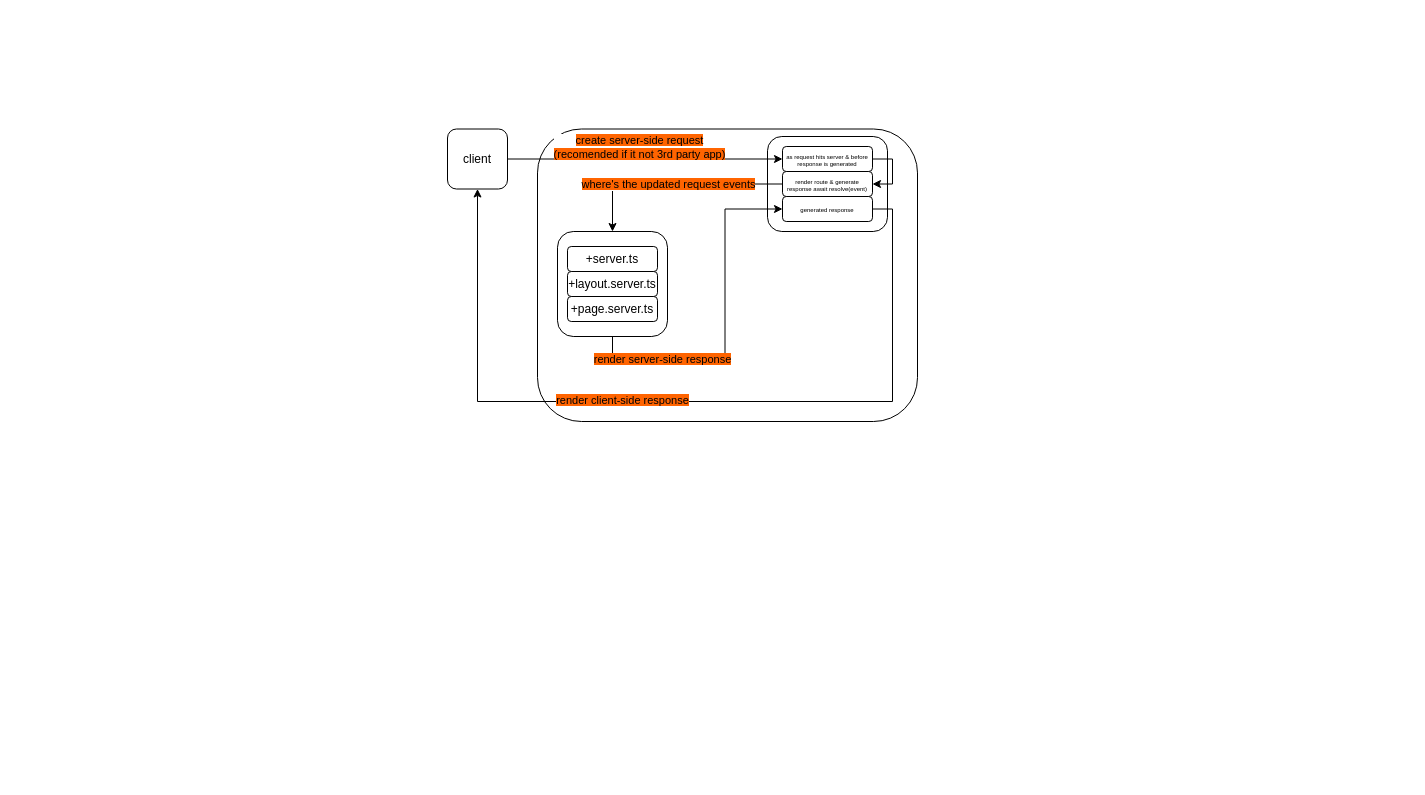
Above: 1. how hooks(middleware) work's.drawio in sandikodev/sveltekit-mindmap (draw.io), before the change. Source tidied: cells renumbered, new cells numbered last; positions are measured from the earlier drawing's top-left corner, leaving out a move shared by most shapes. Both pictures are drawn from the tidied source at 100%, with x=0, y=0 at pixel (447, 129).
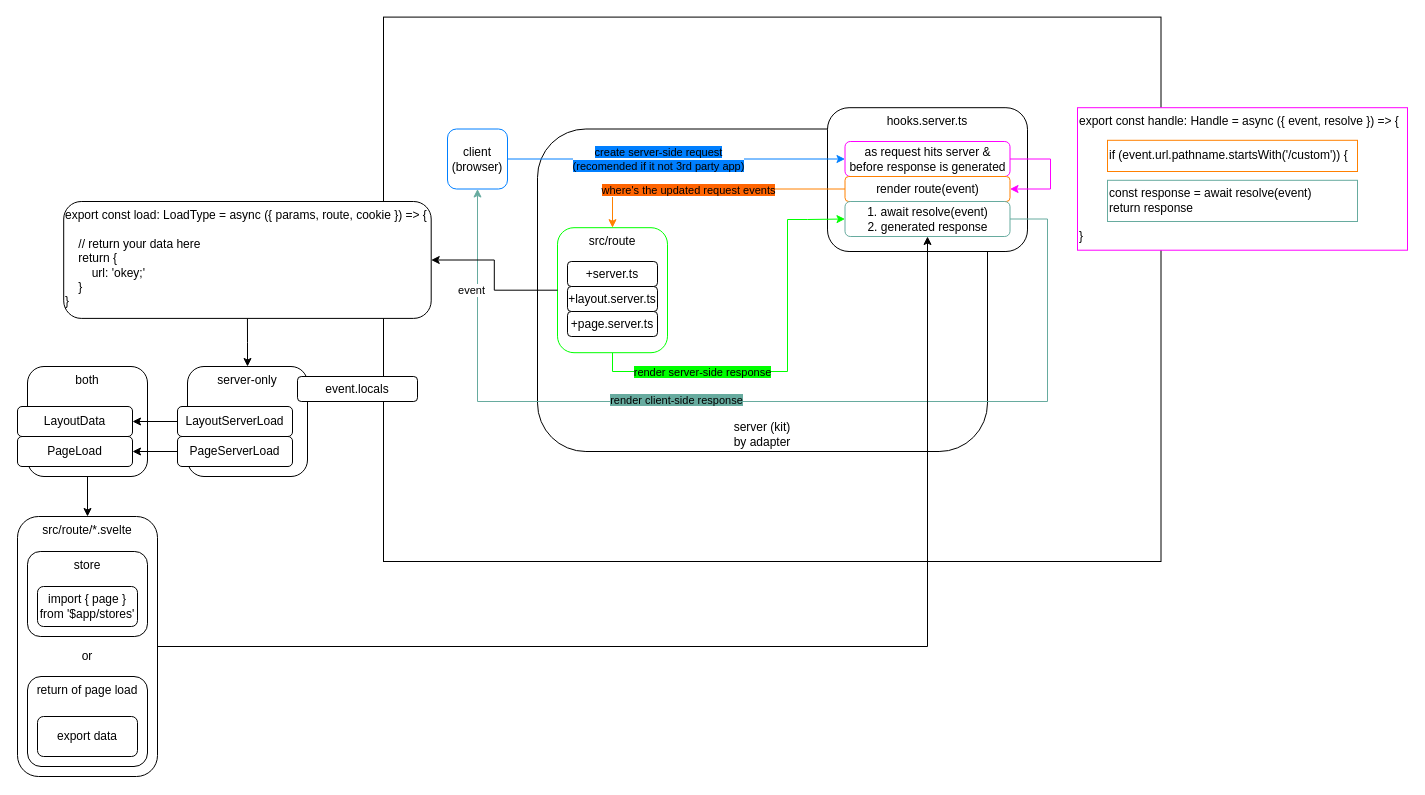
Above is the later version.

Diff of the diagram source:
```diff
@@
+    <mxCell id="21" style="rounded=0;whiteSpace=wrap;html=1;strokeColor=#000000;" parent="1" vertex="1">
+      <mxGeometry x="-64" y="-112.4" width="777.5" height="544.4" as="geometry" />
+    </mxCell>
+    <mxCell id="22" style="edgeStyle=orthogonalEdgeStyle;rounded=0;jettySize=auto;html=1;" parent="1" edge="1" source="23" target="39">
+      <mxGeometry relative="1" as="geometry" />
+    </mxCell>
+    <mxCell id="23" value="both" style="rounded=1;whiteSpace=wrap;html=1;verticalAlign=top;" parent="1" vertex="1">
+      <mxGeometry x="-420" y="237" width="120" height="110" as="geometry" />
+    </mxCell>
+    <mxCell id="24" value="server-only" style="rounded=1;whiteSpace=wrap;html=1;verticalAlign=top;" parent="1" vertex="1">
+      <mxGeometry x="-260" y="237" width="120" height="110" as="geometry" />
+    </mxCell>
-    <mxCell id="2" style="rounded=1;whiteSpace=wrap;html=1;" parent="1" vertex="1">
-      <mxGeometry x="90" y="-0.5" width="380" height="292.5" as="geometry" />
+    <mxCell id="2" value="server (kit)&lt;br style=&quot;border-color: var(--border-color);&quot;&gt;by adapter" style="rounded=1;whiteSpace=wrap;html=1;verticalAlign=bottom;" parent="1" vertex="1">
+      <mxGeometry x="90" y="-0.5" width="450" height="322.5" as="geometry" />
     </mxCell>
-    <mxCell id="3" style="rounded=1;whiteSpace=wrap;html=1;" parent="1" vertex="1">
-      <mxGeometry x="320" y="7" width="120" height="95" as="geometry" />
+    <mxCell id="3" value="hooks.server.ts" style="rounded=1;whiteSpace=wrap;html=1;align=center;verticalAlign=top;" parent="1" vertex="1">
+      <mxGeometry x="380" y="-21.8" width="200" height="143.8" as="geometry" />
     </mxCell>
-    <mxCell id="4" style="edgeStyle=orthogonalEdgeStyle;rounded=0;jettySize=auto;html=1;exitX=1;exitY=0.5;exitDx=0;exitDy=0;" parent="1" edge="1" source="6" target="14">
+    <mxCell id="4" style="edgeStyle=orthogonalEdgeStyle;rounded=0;jettySize=auto;html=1;exitX=1;exitY=0.5;exitDx=0;exitDy=0;strokeColor=#007FFF;" parent="1" edge="1" source="6" target="14">
       <mxGeometry relative="1" as="geometry" />
     </mxCell>
-    <mxCell id="5" value="&lt;span style=&quot;background-color: rgb(255, 100, 0);&quot;&gt;create server-side request&lt;br&gt;(recomended if it not 3rd party app)&lt;/span&gt;" style="edgeLabel;html=1;align=center;verticalAlign=middle;" parent="4" vertex="1">
+    <mxCell id="5" value="&lt;span style=&quot;background-color: rgb(0, 127, 255);&quot;&gt;create server-side request&lt;br&gt;(recomended if it not 3rd party app)&lt;/span&gt;" style="edgeLabel;html=1;align=center;verticalAlign=middle;strokeColor=#007FFF;" parent="4" vertex="1">
       <mxGeometry x="-0.37" relative="1" as="geometry">
-        <mxPoint x="44" y="-12" as="offset" />
+        <mxPoint x="44" as="offset" />
       </mxGeometry>
     </mxCell>
-    <mxCell id="6" value="client" style="rounded=1;whiteSpace=wrap;html=1;" parent="1" vertex="1">
+    <mxCell id="6" value="client&lt;br&gt;(browser)" style="rounded=1;whiteSpace=wrap;html=1;strokeColor=#007FFF;" parent="1" vertex="1">
       <mxGeometry y="-0.5" width="60" height="60" as="geometry" />
     </mxCell>
-    <mxCell id="7" style="edgeStyle=orthogonalEdgeStyle;rounded=0;jettySize=auto;html=1;entryX=0;entryY=0.5;entryDx=0;entryDy=0;exitX=0.5;exitY=1;exitDx=0;exitDy=0;" parent="1" edge="1" source="9" target="20">
-      <mxGeometry relative="1" as="geometry" />
+    <mxCell id="7" style="edgeStyle=orthogonalEdgeStyle;rounded=0;jettySize=auto;html=1;exitX=0.5;exitY=1;exitDx=0;exitDy=0;strokeColor=#00FF00;entryX=0;entryY=0.5;entryDx=0;entryDy=0;" parent="1" edge="1" source="9" target="20">
+      <mxGeometry relative="1" as="geometry">
+        <Array as="points">
+          <mxPoint x="165" y="242" />
+          <mxPoint x="340" y="242" />
+          <mxPoint x="340" y="90" />
+          <mxPoint x="360" y="90" />
+        </Array>
+      </mxGeometry>
     </mxCell>
-    <mxCell id="8" value="&lt;span style=&quot;background-color: rgb(255, 100, 0);&quot;&gt;render server-side response&lt;/span&gt;" style="edgeLabel;html=1;align=center;verticalAlign=middle;" parent="7" vertex="1">
-      <mxGeometry x="-0.59" y="-2" relative="1" as="geometry" />
+    <mxCell id="8" value="&lt;span style=&quot;background-color: rgb(0, 255, 0);&quot;&gt;render server-side response&lt;/span&gt;" style="edgeLabel;html=1;align=center;verticalAlign=middle;strokeColor=#00FF00;" parent="7" vertex="1">
+      <mxGeometry x="-0.59" y="-2" relative="1" as="geometry">
+        <mxPoint x="25" y="-2" as="offset" />
+      </mxGeometry>
     </mxCell>
-    <mxCell id="9" style="rounded=1;whiteSpace=wrap;html=1;" parent="1" vertex="1">
-      <mxGeometry x="110" y="102" width="110" height="105" as="geometry" />
+    <mxCell id="9" value="src/route" style="rounded=1;whiteSpace=wrap;html=1;verticalAlign=top;strokeColor=#00FF00;" parent="1" vertex="1">
+      <mxGeometry x="110" y="98.2" width="110" height="125" as="geometry" />
     </mxCell>
     <mxCell id="10" value="+server.ts" style="rounded=1;whiteSpace=wrap;html=1;" parent="1" vertex="1">
-      <mxGeometry x="120" y="117" width="90" height="25" as="geometry" />
+      <mxGeometry x="120" y="132" width="90" height="25" as="geometry" />
     </mxCell>
     <mxCell id="11" value="+layout.server.ts" style="rounded=1;whiteSpace=wrap;html=1;" parent="1" vertex="1">
-      <mxGeometry x="120" y="142" width="90" height="25" as="geometry" />
+      <mxGeometry x="120" y="157" width="90" height="25" as="geometry" />
     </mxCell>
     <mxCell id="12" value="+page.server.ts" style="rounded=1;whiteSpace=wrap;html=1;" parent="1" vertex="1">
-      <mxGeometry x="120" y="167" width="90" height="25" as="geometry" />
+      <mxGeometry x="120" y="182" width="90" height="25" as="geometry" />
     </mxCell>
-    <mxCell id="13" style="edgeStyle=orthogonalEdgeStyle;rounded=0;jettySize=auto;html=1;exitX=1;exitY=0.5;exitDx=0;exitDy=0;entryX=1;entryY=0.5;entryDx=0;entryDy=0;" parent="1" edge="1" source="14" target="17">
+    <mxCell id="13" style="edgeStyle=orthogonalEdgeStyle;rounded=0;jettySize=auto;html=1;exitX=1;exitY=0.5;exitDx=0;exitDy=0;strokeColor=#FF00FF;entryX=1;entryY=0.5;entryDx=0;entryDy=0;" parent="1" edge="1" source="14" target="17">
       <mxGeometry relative="1" as="geometry">
         <Array as="points">
-          <mxPoint x="445" y="29" />
-          <mxPoint x="445" y="55" />
+          <mxPoint x="603" y="30" />
+          <mxPoint x="603" y="60" />
+          <mxPoint x="563" y="60" />
         </Array>
       </mxGeometry>
     </mxCell>
-    <mxCell id="14" value="&lt;p style=&quot;line-height: 40%;&quot;&gt;&lt;font style=&quot;font-size: 6px;&quot;&gt;as request hits server &amp;amp; before response is generated&lt;/font&gt;&lt;/p&gt;" style="rounded=1;whiteSpace=wrap;html=1;" parent="1" vertex="1">
-      <mxGeometry x="335" y="17" width="90" height="25" as="geometry" />
+    <mxCell id="14" value="&lt;p style=&quot;line-height: 120%;&quot;&gt;&lt;font style=&quot;font-size: 12px;&quot;&gt;as request hits server &amp;amp; before response is generated&lt;/font&gt;&lt;/p&gt;" style="rounded=1;whiteSpace=wrap;html=1;strokeColor=#FF00FF;" parent="1" vertex="1">
+      <mxGeometry x="397.5" y="12" width="165" height="35" as="geometry" />
     </mxCell>
-    <mxCell id="15" style="edgeStyle=orthogonalEdgeStyle;rounded=0;jettySize=auto;html=1;exitX=0;exitY=0.5;exitDx=0;exitDy=0;entryX=0.5;entryY=0;entryDx=0;entryDy=0;" parent="1" edge="1" source="17" target="9">
-      <mxGeometry relative="1" as="geometry" />
+    <mxCell id="15" style="edgeStyle=orthogonalEdgeStyle;rounded=0;jettySize=auto;html=1;exitX=0;exitY=0.5;exitDx=0;exitDy=0;entryX=0.5;entryY=0;entryDx=0;entryDy=0;strokeColor=#FF8000;" parent="1" edge="1" source="17" target="9">
+      <mxGeometry relative="1" as="geometry">
+        <Array as="points">
+          <mxPoint x="278" y="65" />
+          <mxPoint x="165" y="65" />
+        </Array>
+      </mxGeometry>
     </mxCell>
     <mxCell id="16" value="&lt;span style=&quot;background-color: rgb(255, 100, 0);&quot;&gt;where's the updated request events&lt;/span&gt;" style="edgeLabel;html=1;align=center;verticalAlign=middle;fillColor=#FF8000;strokeColor=#FF8000;" parent="15" vertex="1">
       <mxGeometry x="0.11" y="1" relative="1" as="geometry">
-        <mxPoint x="6" y="-1" as="offset" />
+        <mxPoint x="-12" y="-6" as="offset" />
       </mxGeometry>
     </mxCell>
-    <mxCell id="17" value="&lt;p style=&quot;line-height: 40%;&quot;&gt;&lt;font style=&quot;font-size: 6px;&quot;&gt;render route &amp;amp; generate response await resolve(event)&lt;/font&gt;&lt;/p&gt;" style="rounded=1;whiteSpace=wrap;html=1;" parent="1" vertex="1">
-      <mxGeometry x="335" y="42" width="90" height="25" as="geometry" />
+    <mxCell id="17" value="&lt;p style=&quot;line-height: 120%;&quot;&gt;&lt;font style=&quot;font-size: 12px;&quot;&gt;render route(event)&lt;/font&gt;&lt;/p&gt;" style="rounded=1;whiteSpace=wrap;html=1;strokeColor=#FF8000;" parent="1" vertex="1">
+      <mxGeometry x="397.5" y="47" width="165" height="25" as="geometry" />
     </mxCell>
-    <mxCell id="18" style="edgeStyle=orthogonalEdgeStyle;rounded=0;jettySize=auto;html=1;exitX=1;exitY=0.5;exitDx=0;exitDy=0;entryX=0.5;entryY=1;entryDx=0;entryDy=0;" parent="1" edge="1" source="20" target="6">
+    <mxCell id="18" style="edgeStyle=orthogonalEdgeStyle;rounded=0;jettySize=auto;html=1;exitX=1;exitY=0.5;exitDx=0;exitDy=0;entryX=0.5;entryY=1;entryDx=0;entryDy=0;strokeColor=#67AB9F;" parent="1" edge="1" source="20" target="6">
       <mxGeometry relative="1" as="geometry">
         <Array as="points">
-          <mxPoint x="445" y="79" />
-          <mxPoint x="445" y="272" />
+          <mxPoint x="600" y="90" />
+          <mxPoint x="600" y="272" />
           <mxPoint x="30" y="272" />
         </Array>
       </mxGeometry>
     </mxCell>
-    <mxCell id="19" value="&lt;span style=&quot;background-color: rgb(255, 100, 0);&quot;&gt;render client-side response&lt;/span&gt;" style="edgeLabel;html=1;align=center;verticalAlign=middle;" parent="18" vertex="1">
-      <mxGeometry x="0.15" y="-2" relative="1" as="geometry" />
+    <mxCell id="19" value="&lt;span style=&quot;background-color: rgb(103, 171, 159);&quot;&gt;render client-side response&lt;/span&gt;" style="edgeLabel;html=1;align=center;verticalAlign=middle;" parent="18" vertex="1">
+      <mxGeometry x="0.15" y="-2" relative="1" as="geometry">
+        <mxPoint x="-16" as="offset" />
+      </mxGeometry>
     </mxCell>
-    <mxCell id="20" value="&lt;p style=&quot;line-height: 40%;&quot;&gt;&lt;font style=&quot;font-size: 6px;&quot;&gt;generated response&lt;/font&gt;&lt;/p&gt;" style="rounded=1;whiteSpace=wrap;html=1;" parent="1" vertex="1">
-      <mxGeometry x="335" y="67" width="90" height="25" as="geometry" />
+    <mxCell id="20" value="1. await resolve(event)&lt;br&gt;&lt;span style=&quot;background-color: initial;&quot;&gt;2. generated response&lt;/span&gt;" style="rounded=1;whiteSpace=wrap;html=1;strokeColor=#67AB9F;" parent="1" vertex="1">
+      <mxGeometry x="397.5" y="72" width="165" height="35" as="geometry" />
     </mxCell>
+    <mxCell id="25" value="export const handle: Handle = async ({ event, resolve }) =&amp;gt; {&lt;br&gt;&lt;br&gt;&lt;br&gt;&lt;br&gt;&lt;br&gt;&lt;br&gt;&lt;br&gt;&lt;br&gt;}" style="rounded=0;whiteSpace=wrap;html=1;align=left;verticalAlign=top;strokeColor=#FF00FF;" parent="1" vertex="1">
+      <mxGeometry x="630" y="-21.8" width="330" height="142.5" as="geometry" />
+    </mxCell>
+    <mxCell id="26" value="if (event.url.pathname.startsWith('/custom')) {" style="rounded=0;whiteSpace=wrap;html=1;strokeColor=#FF8000;align=left;" parent="1" vertex="1">
+      <mxGeometry x="660" y="10.8" width="250" height="31.2" as="geometry" />
+    </mxCell>
+    <mxCell id="27" value="const response = await resolve(event)&lt;br&gt;return response" style="rounded=0;whiteSpace=wrap;html=1;strokeColor=#67AB9F;align=left;" parent="1" vertex="1">
+      <mxGeometry x="660" y="50.8" width="250" height="41.2" as="geometry" />
+    </mxCell>
+    <mxCell id="28" style="edgeStyle=orthogonalEdgeStyle;rounded=0;jettySize=auto;html=1;exitX=0.5;exitY=1;exitDx=0;exitDy=0;" parent="1" edge="1" source="29" target="24">
+      <mxGeometry relative="1" as="geometry" />
+    </mxCell>
+    <mxCell id="29" value="export const load:&amp;nbsp;LoadType = async ({ params, route, cookie }) =&amp;gt; {&lt;br&gt;&lt;br&gt;&amp;nbsp; &amp;nbsp; // return your data here&lt;br&gt;&amp;nbsp; &amp;nbsp; return {&lt;br&gt;&amp;nbsp; &amp;nbsp; &amp;nbsp; &amp;nbsp; url: 'okey;'&lt;br&gt;&amp;nbsp; &amp;nbsp; }&lt;br&gt;}" style="rounded=1;whiteSpace=wrap;html=1;align=left;verticalAlign=top;" parent="1" vertex="1">
+      <mxGeometry x="-383.8" y="72" width="367.5" height="116.9" as="geometry" />
+    </mxCell>
+    <mxCell id="30" style="edgeStyle=orthogonalEdgeStyle;rounded=0;jettySize=auto;html=1;" parent="1" edge="1" source="31" target="35">
+      <mxGeometry relative="1" as="geometry" />
+    </mxCell>
+    <mxCell id="31" value="PageServerLoad" style="rounded=1;whiteSpace=wrap;html=1;" parent="1" vertex="1">
+      <mxGeometry x="-270" y="307" width="115" height="30" as="geometry" />
+    </mxCell>
+    <mxCell id="32" style="edgeStyle=orthogonalEdgeStyle;rounded=0;jettySize=auto;html=1;" parent="1" edge="1" source="33" target="34">
+      <mxGeometry relative="1" as="geometry" />
+    </mxCell>
+    <mxCell id="33" value="LayoutServerLoad" style="rounded=1;whiteSpace=wrap;html=1;" parent="1" vertex="1">
+      <mxGeometry x="-270" y="277" width="115" height="30" as="geometry" />
+    </mxCell>
+    <mxCell id="34" value="LayoutData" style="rounded=1;whiteSpace=wrap;html=1;" parent="1" vertex="1">
+      <mxGeometry x="-430" y="277" width="115" height="30" as="geometry" />
+    </mxCell>
+    <mxCell id="35" value="PageLoad" style="rounded=1;whiteSpace=wrap;html=1;" parent="1" vertex="1">
+      <mxGeometry x="-430" y="307" width="115" height="30" as="geometry" />
+    </mxCell>
+    <mxCell id="36" style="edgeStyle=orthogonalEdgeStyle;rounded=0;jettySize=auto;html=1;exitX=0;exitY=0.5;exitDx=0;exitDy=0;" parent="1" edge="1" source="9" target="29">
+      <mxGeometry relative="1" as="geometry" />
+    </mxCell>
+    <mxCell id="37" value="event" style="edgeLabel;html=1;align=center;verticalAlign=middle;" parent="36" vertex="1">
+      <mxGeometry x="-0.49" y="2" relative="1" as="geometry">
+        <mxPoint x="-47" y="-2" as="offset" />
+      </mxGeometry>
+    </mxCell>
+    <mxCell id="38" style="edgeStyle=orthogonalEdgeStyle;rounded=0;jettySize=auto;html=1;exitX=1;exitY=0.5;exitDx=0;exitDy=0;" parent="1" edge="1" source="39" target="20">
+      <mxGeometry relative="1" as="geometry" />
+    </mxCell>
+    <mxCell id="39" value="src/route/*.svelte" style="rounded=1;whiteSpace=wrap;html=1;verticalAlign=top;" parent="1" vertex="1">
+      <mxGeometry x="-430" y="387" width="140" height="260" as="geometry" />
+    </mxCell>
+    <mxCell id="40" value="return of page load" style="rounded=1;whiteSpace=wrap;html=1;verticalAlign=top;" parent="1" vertex="1">
+      <mxGeometry x="-420" y="547" width="120" height="90" as="geometry" />
+    </mxCell>
+    <mxCell id="41" value="export data" style="rounded=1;whiteSpace=wrap;html=1;verticalAlign=middle;" parent="1" vertex="1">
+      <mxGeometry x="-410" y="587" width="100" height="40" as="geometry" />
+    </mxCell>
+    <mxCell id="42" value="store" style="rounded=1;whiteSpace=wrap;html=1;verticalAlign=top;" parent="1" vertex="1">
+      <mxGeometry x="-420" y="422" width="120" height="85" as="geometry" />
+    </mxCell>
+    <mxCell id="43" value="or" style="text;whiteSpace=wrap;align=center;verticalAlign=middle;" parent="1" vertex="1">
+      <mxGeometry x="-390" y="517" width="60" height="20" as="geometry" />
+    </mxCell>
+    <mxCell id="44" value="import { page } from '$app/stores'" style="rounded=1;whiteSpace=wrap;html=1;verticalAlign=middle;" parent="1" vertex="1">
+      <mxGeometry x="-410" y="457" width="100" height="40" as="geometry" />
+    </mxCell>
+    <mxCell id="45" value="event.locals" style="rounded=1;whiteSpace=wrap;html=1;" parent="1" vertex="1">
+      <mxGeometry x="-150" y="247" width="120" height="25" as="geometry" />
+    </mxCell>
```
